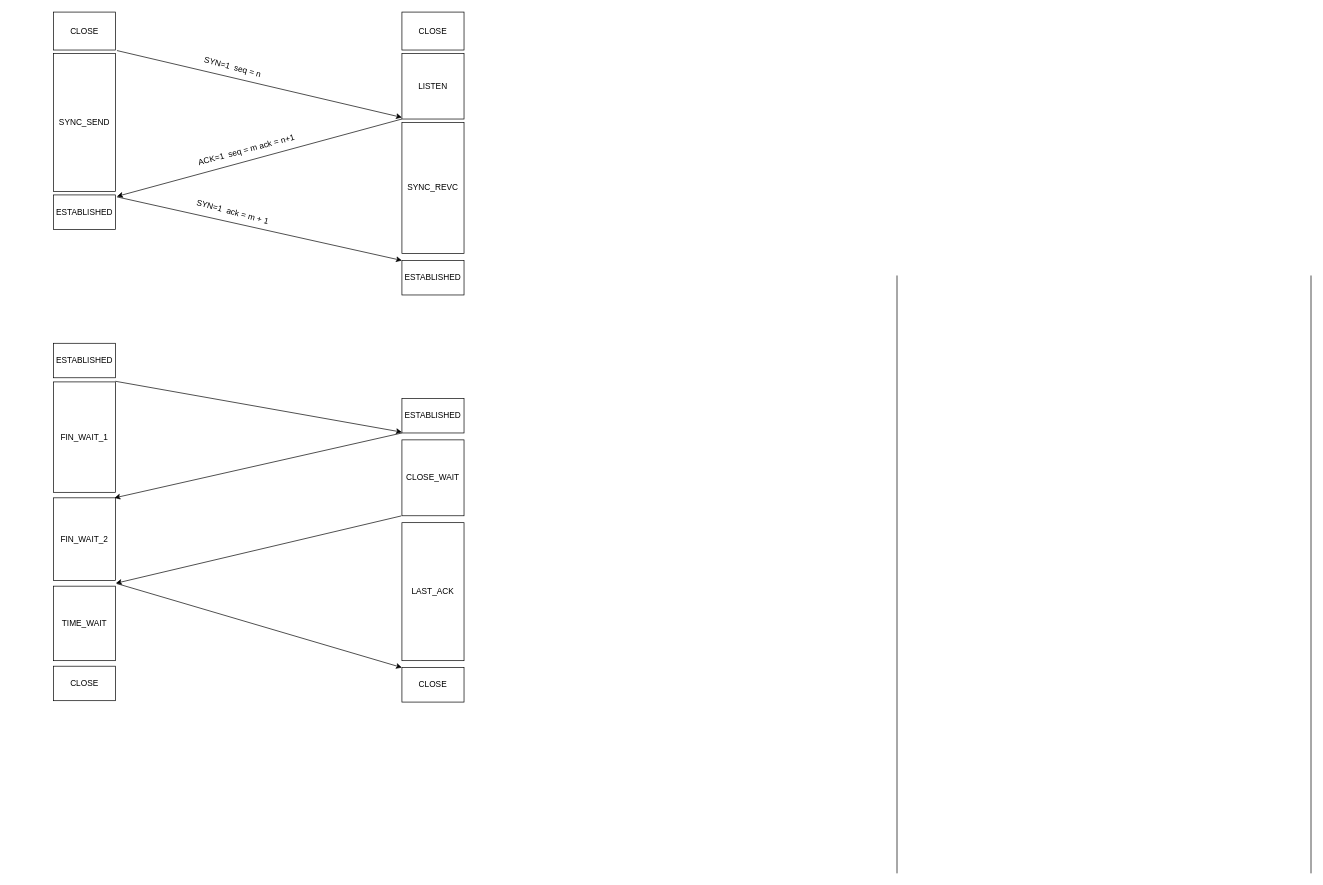
This is network.drawio from yankooo/draw.io, a draw.io file, before an edit. Source tidied: cells renumbered, new cells numbered last; positions are measured from the earlier drawing's top-left corner, leaving out a move shared by most shapes. Both pictures are drawn from the tidied source at 69%, with x=0, y=0 at pixel (53, 12).
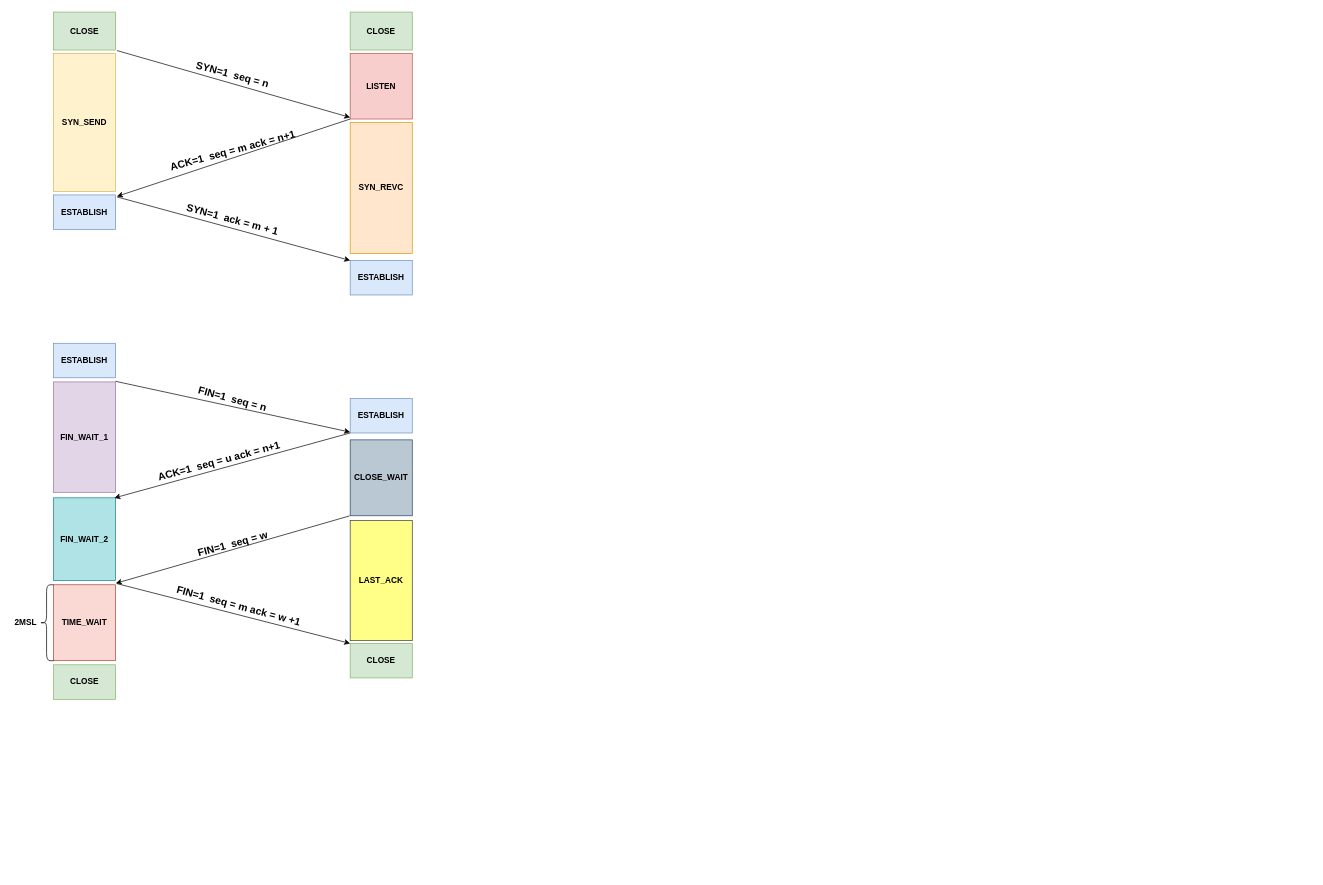
After the change.

What changed in the source:
```diff
@@
-    <mxCell id="2" style="shape=partialRectangle;whiteSpace=wrap;html=1;left=0;right=0;fillColor=none;rotation=90;" parent="1" vertex="1">
-      <mxGeometry x="1090" y="515" width="865" height="600" as="geometry" />
-    </mxCell>
-    <mxCell id="3" value="CLOSE" style="rounded=0;whiteSpace=wrap;html=1;" parent="1" vertex="1">
+    <mxCell id="3" value="CLOSE" style="rounded=0;whiteSpace=wrap;html=1;fillColor=#d5e8d4;strokeColor=#82b366;fontStyle=1;" parent="1" vertex="1">
       <mxGeometry width="90" height="55" as="geometry" />
     </mxCell>
-    <mxCell id="4" value="LISTEN" style="rounded=0;whiteSpace=wrap;html=1;" parent="1" vertex="1">
-      <mxGeometry x="505" y="60" width="90" height="95" as="geometry" />
+    <mxCell id="4" value="LISTEN" style="rounded=0;whiteSpace=wrap;html=1;fillColor=#f8cecc;strokeColor=#b85450;fontStyle=1;" parent="1" vertex="1">
+      <mxGeometry x="430" y="60" width="90" height="95" as="geometry" />
     </mxCell>
-    <mxCell id="5" style="endArrow=classic;html=1;entryX=0;entryY=0.976;entryDx=0;entryDy=0;entryPerimeter=0;exitX=1.022;exitY=1.014;exitDx=0;exitDy=0;exitPerimeter=0;" parent="1" edge="1" source="3" target="4">
+    <mxCell id="5" style="endArrow=classic;html=1;entryX=0;entryY=0.976;entryDx=0;entryDy=0;entryPerimeter=0;exitX=1.022;exitY=1.014;exitDx=0;exitDy=0;exitPerimeter=0;fontStyle=1;" parent="1" edge="1" source="3" target="4">
       <mxGeometry relative="1" as="geometry" />
     </mxCell>
-    <mxCell id="6" value="ESTABLISHED" style="rounded=0;whiteSpace=wrap;html=1;" parent="1" vertex="1">
+    <mxCell id="6" value="ESTABLISH" style="rounded=0;whiteSpace=wrap;html=1;fillColor=#dae8fc;strokeColor=#6c8ebf;fontStyle=1;" parent="1" vertex="1">
       <mxGeometry y="265" width="90" height="50" as="geometry" />
     </mxCell>
-    <mxCell id="7" style="endArrow=classic;html=1;exitX=0;exitY=1;exitDx=0;exitDy=0;exitPerimeter=0;entryX=1.022;entryY=0.043;entryDx=0;entryDy=0;entryPerimeter=0;" parent="1" edge="1" source="4" target="6">
+    <mxCell id="7" style="endArrow=classic;html=1;exitX=0;exitY=1;exitDx=0;exitDy=0;exitPerimeter=0;entryX=1.022;entryY=0.043;entryDx=0;entryDy=0;entryPerimeter=0;fontStyle=1;" parent="1" edge="1" source="4" target="6">
       <mxGeometry relative="1" as="geometry" />
     </mxCell>
-    <mxCell id="8" value="ESTABLISHED" style="rounded=0;whiteSpace=wrap;html=1;" parent="1" vertex="1">
-      <mxGeometry x="505" y="360" width="90" height="50" as="geometry" />
+    <mxCell id="8" value="ESTABLISH" style="rounded=0;whiteSpace=wrap;html=1;fillColor=#dae8fc;strokeColor=#6c8ebf;fontStyle=1;" parent="1" vertex="1">
+      <mxGeometry x="430" y="360" width="90" height="50" as="geometry" />
     </mxCell>
-    <mxCell id="9" style="endArrow=classic;html=1;entryX=0;entryY=0;entryDx=0;entryDy=0;entryPerimeter=0;exitX=1.022;exitY=0.057;exitDx=0;exitDy=0;exitPerimeter=0;" parent="1" edge="1" source="6" target="8">
+    <mxCell id="9" style="endArrow=classic;html=1;entryX=0;entryY=0;entryDx=0;entryDy=0;entryPerimeter=0;exitX=1.022;exitY=0.057;exitDx=0;exitDy=0;exitPerimeter=0;fontStyle=1;" parent="1" edge="1" source="6" target="8">
       <mxGeometry relative="1" as="geometry" />
     </mxCell>
-    <mxCell id="10" value="ESTABLISHED" style="rounded=0;whiteSpace=wrap;html=1;" parent="1" vertex="1">
+    <mxCell id="10" value="ESTABLISH" style="rounded=0;whiteSpace=wrap;html=1;fillColor=#dae8fc;strokeColor=#6c8ebf;fontStyle=1;" parent="1" vertex="1">
       <mxGeometry y="480" width="90" height="50" as="geometry" />
     </mxCell>
-    <mxCell id="11" value="ESTABLISHED" style="rounded=0;whiteSpace=wrap;html=1;" parent="1" vertex="1">
-      <mxGeometry x="505" y="560" width="90" height="50" as="geometry" />
+    <mxCell id="11" value="ESTABLISH" style="rounded=0;whiteSpace=wrap;html=1;fillColor=#dae8fc;strokeColor=#6c8ebf;fontStyle=1;" parent="1" vertex="1">
+      <mxGeometry x="430" y="560" width="90" height="50" as="geometry" />
     </mxCell>
-    <mxCell id="12" style="endArrow=classic;html=1;entryX=0;entryY=0.976;entryDx=0;entryDy=0;entryPerimeter=0;exitX=0.996;exitY=-0.006;exitDx=0;exitDy=0;exitPerimeter=0;strokeWidth=1;" parent="1" edge="1" source="21" target="11">
+    <mxCell id="12" style="endArrow=classic;html=1;entryX=0;entryY=0.976;entryDx=0;entryDy=0;entryPerimeter=0;exitX=0.996;exitY=-0.006;exitDx=0;exitDy=0;exitPerimeter=0;strokeWidth=1;fontStyle=1;" parent="1" edge="1" source="21" target="11">
       <mxGeometry relative="1" as="geometry" />
     </mxCell>
-    <mxCell id="13" value="&lt;span style=&quot;white-space: normal&quot;&gt;FIN_WAIT_2&lt;/span&gt;" style="rounded=0;whiteSpace=wrap;html=1;" parent="1" vertex="1">
+    <mxCell id="13" value="&lt;span style=&quot;white-space: normal&quot;&gt;FIN_WAIT_2&lt;/span&gt;" style="rounded=0;whiteSpace=wrap;html=1;fillColor=#b0e3e6;strokeColor=#0e8088;fontStyle=1;" parent="1" vertex="1">
       <mxGeometry y="704" width="90" height="120" as="geometry" />
     </mxCell>
-    <mxCell id="14" style="endArrow=classic;html=1;exitX=0;exitY=1;exitDx=0;exitDy=0;exitPerimeter=0;entryX=0.981;entryY=0.001;entryDx=0;entryDy=0;entryPerimeter=0;" parent="1" edge="1" source="11" target="13">
+    <mxCell id="14" style="endArrow=classic;html=1;exitX=0;exitY=1;exitDx=0;exitDy=0;exitPerimeter=0;entryX=0.981;entryY=0.001;entryDx=0;entryDy=0;entryPerimeter=0;fontStyle=1;" parent="1" edge="1" source="11" target="13">
       <mxGeometry relative="1" as="geometry" />
     </mxCell>
-    <mxCell id="15" value="CLOSE" style="rounded=0;whiteSpace=wrap;html=1;" parent="1" vertex="1">
-      <mxGeometry x="505" y="950" width="90" height="50" as="geometry" />
+    <mxCell id="15" value="CLOSE" style="rounded=0;whiteSpace=wrap;html=1;fillColor=#d5e8d4;strokeColor=#82b366;fontStyle=1;" parent="1" vertex="1">
+      <mxGeometry x="430" y="915" width="90" height="50" as="geometry" />
     </mxCell>
-    <mxCell id="16" style="endArrow=classic;html=1;entryX=0;entryY=0;entryDx=0;entryDy=0;entryPerimeter=0;exitX=1.022;exitY=1.036;exitDx=0;exitDy=0;exitPerimeter=0;" parent="1" edge="1" source="13" target="15">
+    <mxCell id="16" style="endArrow=classic;html=1;entryX=0;entryY=0;entryDx=0;entryDy=0;entryPerimeter=0;exitX=1.022;exitY=1.036;exitDx=0;exitDy=0;exitPerimeter=0;fontStyle=1;" parent="1" edge="1" source="13" target="15">
       <mxGeometry relative="1" as="geometry" />
     </mxCell>
-    <mxCell id="17" value="SYNC_SEND" style="rounded=0;whiteSpace=wrap;html=1;" parent="1" vertex="1">
+    <mxCell id="17" value="SYN_SEND" style="rounded=0;whiteSpace=wrap;html=1;fillColor=#fff2cc;strokeColor=#d6b656;fontStyle=1;" parent="1" vertex="1">
       <mxGeometry y="60" width="90" height="200" as="geometry" />
     </mxCell>
-    <mxCell id="18" value="SYNC_REVC" style="rounded=0;whiteSpace=wrap;html=1;" parent="1" vertex="1">
-      <mxGeometry x="505" y="160" width="90" height="190" as="geometry" />
+    <mxCell id="18" value="SYN_REVC" style="rounded=0;whiteSpace=wrap;html=1;fillColor=#ffe6cc;strokeColor=#d79b00;fontStyle=1;" parent="1" vertex="1">
+      <mxGeometry x="430" y="160" width="90" height="190" as="geometry" />
     </mxCell>
-    <mxCell id="19" value="CLOSE_WAIT" style="rounded=0;whiteSpace=wrap;html=1;" parent="1" vertex="1">
-      <mxGeometry x="505" y="620" width="90" height="110" as="geometry" />
+    <mxCell id="19" value="CLOSE_WAIT" style="rounded=0;whiteSpace=wrap;html=1;fillColor=#bac8d3;strokeColor=#23445d;fontStyle=1;" parent="1" vertex="1">
+      <mxGeometry x="430" y="620" width="90" height="110" as="geometry" />
     </mxCell>
-    <mxCell id="20" style="endArrow=classic;html=1;exitX=-0.011;exitY=1.002;exitDx=0;exitDy=0;exitPerimeter=0;entryX=1.004;entryY=1.032;entryDx=0;entryDy=0;entryPerimeter=0;" parent="1" edge="1" source="19" target="13">
+    <mxCell id="20" style="endArrow=classic;html=1;exitX=-0.011;exitY=1.002;exitDx=0;exitDy=0;exitPerimeter=0;entryX=1.004;entryY=1.032;entryDx=0;entryDy=0;entryPerimeter=0;fontStyle=1;" parent="1" edge="1" source="19" target="13">
       <mxGeometry relative="1" as="geometry" />
     </mxCell>
-    <mxCell id="21" value="FIN_WAIT_1" style="rounded=0;whiteSpace=wrap;html=1;" parent="1" vertex="1">
+    <mxCell id="21" value="FIN_WAIT_1" style="rounded=0;whiteSpace=wrap;html=1;fillColor=#e1d5e7;strokeColor=#9673a6;fontStyle=1;" parent="1" vertex="1">
       <mxGeometry y="536" width="90" height="160" as="geometry" />
     </mxCell>
-    <mxCell id="22" value="TIME_WAIT" style="rounded=0;whiteSpace=wrap;html=1;" parent="1" vertex="1">
-      <mxGeometry y="832" width="90" height="108" as="geometry" />
+    <mxCell id="22" value="TIME_WAIT" style="rounded=0;whiteSpace=wrap;html=1;fillColor=#fad9d5;strokeColor=#ae4132;fontStyle=1;" parent="1" vertex="1">
+      <mxGeometry y="830" width="90" height="110" as="geometry" />
     </mxCell>
-    <mxCell id="23" value="LAST_ACK" style="rounded=0;whiteSpace=wrap;html=1;" parent="1" vertex="1">
-      <mxGeometry x="505" y="740" width="90" height="200" as="geometry" />
+    <mxCell id="23" value="LAST_ACK" style="rounded=0;whiteSpace=wrap;html=1;fillColor=#ffff88;strokeColor=#36393d;fontStyle=1;" parent="1" vertex="1">
+      <mxGeometry x="430" y="737" width="90" height="174" as="geometry" />
     </mxCell>
-    <mxCell id="24" value="CLOSE" style="rounded=0;whiteSpace=wrap;html=1;" parent="1" vertex="1">
-      <mxGeometry y="948" width="90" height="50" as="geometry" />
+    <mxCell id="24" value="CLOSE" style="rounded=0;whiteSpace=wrap;html=1;fillColor=#d5e8d4;strokeColor=#82b366;fontStyle=1;" parent="1" vertex="1">
+      <mxGeometry y="946" width="90" height="50" as="geometry" />
     </mxCell>
-    <mxCell id="25" value="CLOSE" style="rounded=0;whiteSpace=wrap;html=1;" parent="1" vertex="1">
-      <mxGeometry x="505" width="90" height="55" as="geometry" />
+    <mxCell id="25" value="CLOSE" style="rounded=0;whiteSpace=wrap;html=1;fillColor=#d5e8d4;strokeColor=#82b366;fontStyle=1;" parent="1" vertex="1">
+      <mxGeometry x="430" width="90" height="55" as="geometry" />
     </mxCell>
-    <mxCell id="26" value="&lt;span style=&quot;white-space: nowrap&quot;&gt;SYN=1&amp;nbsp; seq = n&lt;/span&gt;" style="text;html=1;strokeColor=none;fillColor=none;align=center;verticalAlign=middle;whiteSpace=wrap;rounded=0;rotation=15;" parent="1" vertex="1">
-      <mxGeometry x="240" y="70" width="40" height="20" as="geometry" />
+    <mxCell id="26" value="&lt;span style=&quot;white-space: nowrap; font-size: 15px;&quot;&gt;SYN=1&amp;nbsp; seq = n&lt;/span&gt;" style="text;html=1;strokeColor=none;fillColor=none;align=center;verticalAlign=middle;whiteSpace=wrap;rounded=0;rotation=15;fontStyle=1;fontSize=15;" parent="1" vertex="1">
+      <mxGeometry x="240" y="80" width="40" height="20" as="geometry" />
     </mxCell>
-    <mxCell id="27" value="&lt;span style=&quot;white-space: nowrap&quot;&gt;ACK=1&amp;nbsp; seq = m ack = n+1&lt;/span&gt;" style="text;html=1;strokeColor=none;fillColor=none;align=center;verticalAlign=middle;whiteSpace=wrap;rounded=0;rotation=-15;" parent="1" vertex="1">
-      <mxGeometry x="260" y="190" width="40" height="20" as="geometry" />
+    <mxCell id="27" value="&lt;span style=&quot;white-space: nowrap; font-size: 15px;&quot;&gt;ACK=1&amp;nbsp; seq = m ack = n+1&lt;/span&gt;" style="text;html=1;strokeColor=none;fillColor=none;align=center;verticalAlign=middle;whiteSpace=wrap;rounded=0;rotation=-15;fontStyle=1;fontSize=15;" parent="1" vertex="1">
+      <mxGeometry x="240" y="190" width="40" height="20" as="geometry" />
     </mxCell>
-    <mxCell id="28" value="&lt;span style=&quot;white-space: nowrap&quot;&gt;SYN=1&amp;nbsp; ack = m + 1&lt;/span&gt;" style="text;html=1;strokeColor=none;fillColor=none;align=center;verticalAlign=middle;whiteSpace=wrap;rounded=0;rotation=15;" parent="1" vertex="1">
-      <mxGeometry x="240" y="280" width="40" height="20" as="geometry" />
+    <mxCell id="28" value="&lt;span style=&quot;white-space: nowrap; font-size: 15px;&quot;&gt;SYN=1&amp;nbsp; ack = m + 1&lt;/span&gt;" style="text;html=1;strokeColor=none;fillColor=none;align=center;verticalAlign=middle;whiteSpace=wrap;rounded=0;rotation=15;fontStyle=1;fontSize=15;" parent="1" vertex="1">
+      <mxGeometry x="240" y="290" width="40" height="20" as="geometry" />
     </mxCell>
+    <mxCell id="29" value="&lt;span style=&quot;white-space: nowrap; font-size: 15px;&quot;&gt;FIN=1&amp;nbsp; seq = n&lt;/span&gt;" style="text;html=1;strokeColor=none;fillColor=none;align=center;verticalAlign=middle;whiteSpace=wrap;rounded=0;rotation=15;fontStyle=1;fontSize=15;" parent="1" vertex="1">
+      <mxGeometry x="240" y="550" width="40" height="20" as="geometry" />
+    </mxCell>
+    <mxCell id="30" value="&lt;span style=&quot;white-space: nowrap; font-size: 15px;&quot;&gt;ACK=1&amp;nbsp; seq = u ack = n+1&lt;/span&gt;" style="text;html=1;strokeColor=none;fillColor=none;align=center;verticalAlign=middle;whiteSpace=wrap;rounded=0;rotation=-15;fontStyle=1;fontSize=15;" parent="1" vertex="1">
+      <mxGeometry x="220" y="640" width="40" height="20" as="geometry" />
+    </mxCell>
+    <mxCell id="31" value="&lt;span style=&quot;white-space: nowrap; font-size: 15px;&quot;&gt;FIN=1&amp;nbsp; seq = w&lt;/span&gt;" style="text;html=1;strokeColor=none;fillColor=none;align=center;verticalAlign=middle;whiteSpace=wrap;rounded=0;rotation=-15;fontStyle=1;fontSize=15;" parent="1" vertex="1">
+      <mxGeometry x="240" y="760" width="40" height="20" as="geometry" />
+    </mxCell>
+    <mxCell id="32" value="&lt;span style=&quot;white-space: nowrap; font-size: 15px;&quot;&gt;FIN=1&amp;nbsp; seq = m ack = w +1&lt;/span&gt;" style="text;html=1;strokeColor=none;fillColor=none;align=center;verticalAlign=middle;whiteSpace=wrap;rounded=0;rotation=15;fontStyle=1;fontSize=15;" parent="1" vertex="1">
+      <mxGeometry x="209" y="850" width="120" height="20" as="geometry" />
+    </mxCell>
+    <mxCell id="33" style="shape=curlyBracket;whiteSpace=wrap;html=1;rounded=1;fontStyle=1;" parent="1" vertex="1">
+      <mxGeometry x="-20" y="830" width="20" height="110" as="geometry" />
+    </mxCell>
+    <mxCell id="34" value="2MSL" style="text;html=1;strokeColor=none;fillColor=none;align=center;verticalAlign=middle;whiteSpace=wrap;rounded=0;fontStyle=1;" parent="1" vertex="1">
+      <mxGeometry x="-60" y="875" width="40" height="20" as="geometry" />
+    </mxCell>
```
